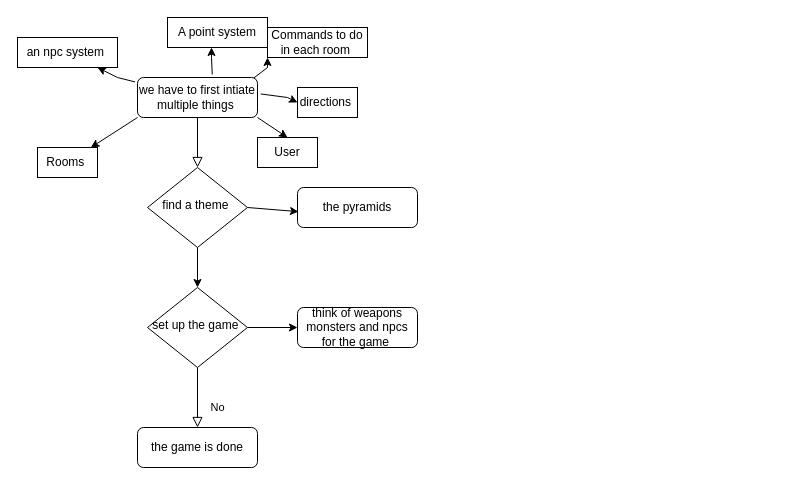
Above: Untitled Diagram.drawio in staten-island-tech/oop-adventures-abo-omar (draw.io), before the change. Source tidied: cells renumbered, new cells numbered last; positions are measured from the earlier drawing's top-left corner, leaving out a move shared by most shapes. Both pictures are drawn from the tidied source at 100%, with x=0, y=0 at pixel (17, 17).
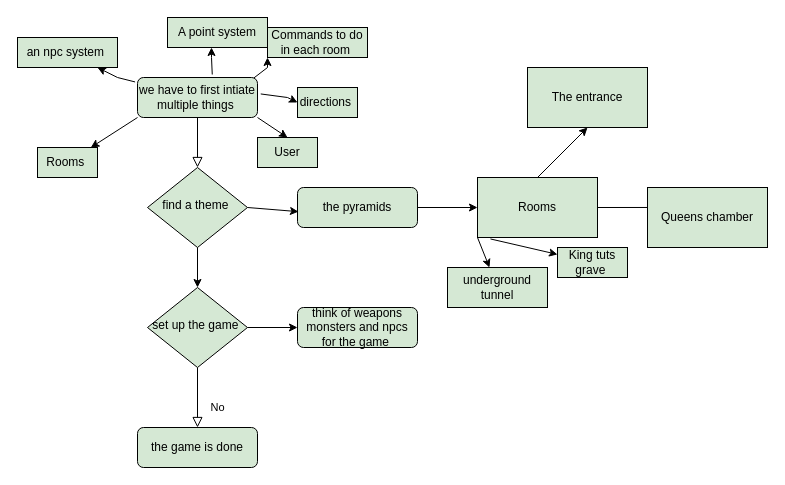
The same diagram, later.

What changed in the source:
```diff
@@
-    <mxCell id="2" style="rounded=0;html=1;jettySize=auto;fontSize=11;endArrow=block;endFill=0;endSize=8;strokeWidth=1;shadow=0;labelBackgroundColor=none;edgeStyle=orthogonalEdgeStyle;" parent="1" edge="1" source="3" target="4">
+    <mxCell id="2" style="rounded=0;html=1;jettySize=auto;fontSize=11;endArrow=block;endFill=0;endSize=8;strokeWidth=1;shadow=0;labelBackgroundColor=none;edgeStyle=orthogonalEdgeStyle;fillColor=#d5e8d4;strokeColor=#000000;" parent="1" edge="1" source="3" target="4">
       <mxGeometry relative="1" as="geometry" />
     </mxCell>
-    <mxCell id="3" value="we have to first intiate multiple things&amp;nbsp;" style="rounded=1;whiteSpace=wrap;html=1;fontSize=12;glass=0;strokeWidth=1;shadow=0;" parent="1" vertex="1">
+    <mxCell id="3" value="we have to first intiate multiple things&amp;nbsp;" style="rounded=1;whiteSpace=wrap;html=1;fontSize=12;glass=0;strokeWidth=1;shadow=0;fillColor=#d5e8d4;strokeColor=#000000;" parent="1" vertex="1">
       <mxGeometry x="120" y="60" width="120" height="40" as="geometry" />
     </mxCell>
-    <mxCell id="4" value="find a theme&amp;nbsp;" style="rhombus;whiteSpace=wrap;html=1;shadow=0;fontFamily=Helvetica;fontSize=12;align=center;strokeWidth=1;spacing=6;spacingTop=-4;" parent="1" vertex="1">
+    <mxCell id="4" value="find a theme&amp;nbsp;" style="rhombus;whiteSpace=wrap;html=1;shadow=0;fontFamily=Helvetica;fontSize=12;align=center;strokeWidth=1;spacing=6;spacingTop=-4;fillColor=#d5e8d4;strokeColor=#000000;" parent="1" vertex="1">
       <mxGeometry x="130" y="150" width="100" height="80" as="geometry" />
     </mxCell>
-    <mxCell id="5" value="the pyramids" style="rounded=1;whiteSpace=wrap;html=1;fontSize=12;glass=0;strokeWidth=1;shadow=0;" parent="1" vertex="1">
+    <mxCell id="5" value="the pyramids" style="rounded=1;whiteSpace=wrap;html=1;fontSize=12;glass=0;strokeWidth=1;shadow=0;fillColor=#d5e8d4;strokeColor=#000000;" parent="1" vertex="1">
       <mxGeometry x="280" y="170" width="120" height="40" as="geometry" />
     </mxCell>
-    <mxCell id="6" value="No" style="rounded=0;html=1;jettySize=auto;fontSize=11;endArrow=block;endFill=0;endSize=8;strokeWidth=1;shadow=0;labelBackgroundColor=none;edgeStyle=orthogonalEdgeStyle;" parent="1" edge="1" source="7" target="8">
+    <mxCell id="6" value="No" style="rounded=0;html=1;jettySize=auto;fontSize=11;endArrow=block;endFill=0;endSize=8;strokeWidth=1;shadow=0;labelBackgroundColor=none;edgeStyle=orthogonalEdgeStyle;fillColor=#d5e8d4;strokeColor=#000000;" parent="1" edge="1" source="7" target="8">
       <mxGeometry x="0.33" y="20" relative="1" as="geometry" />
     </mxCell>
-    <mxCell id="7" value="set up the game&amp;nbsp;" style="rhombus;whiteSpace=wrap;html=1;shadow=0;fontFamily=Helvetica;fontSize=12;align=center;strokeWidth=1;spacing=6;spacingTop=-4;" parent="1" vertex="1">
+    <mxCell id="7" value="set up the game&amp;nbsp;" style="rhombus;whiteSpace=wrap;html=1;shadow=0;fontFamily=Helvetica;fontSize=12;align=center;strokeWidth=1;spacing=6;spacingTop=-4;fillColor=#d5e8d4;strokeColor=#000000;" parent="1" vertex="1">
       <mxGeometry x="130" y="270" width="100" height="80" as="geometry" />
     </mxCell>
-    <mxCell id="8" value="the game is done" style="rounded=1;whiteSpace=wrap;html=1;fontSize=12;glass=0;strokeWidth=1;shadow=0;" parent="1" vertex="1">
+    <mxCell id="8" value="the game is done" style="rounded=1;whiteSpace=wrap;html=1;fontSize=12;glass=0;strokeWidth=1;shadow=0;fillColor=#d5e8d4;strokeColor=#000000;" parent="1" vertex="1">
       <mxGeometry x="120" y="410" width="120" height="40" as="geometry" />
     </mxCell>
-    <mxCell id="9" value="think of weapons monsters and npcs for the game&amp;nbsp;" style="rounded=1;whiteSpace=wrap;html=1;fontSize=12;glass=0;strokeWidth=1;shadow=0;" parent="1" vertex="1">
+    <mxCell id="9" value="think of weapons monsters and npcs for the game&amp;nbsp;" style="rounded=1;whiteSpace=wrap;html=1;fontSize=12;glass=0;strokeWidth=1;shadow=0;fillColor=#d5e8d4;strokeColor=#000000;" parent="1" vertex="1">
       <mxGeometry x="280" y="290" width="120" height="40" as="geometry" />
     </mxCell>
-    <mxCell id="10" style="endArrow=classic;html=1;rounded=0;exitX=0;exitY=1;exitDx=0;exitDy=0;" parent="1" edge="1" source="3" target="11">
+    <mxCell id="10" style="endArrow=classic;html=1;rounded=0;exitX=0;exitY=1;exitDx=0;exitDy=0;fillColor=#d5e8d4;strokeColor=#000000;" parent="1" edge="1" source="3" target="11">
       <mxGeometry relative="1" as="geometry" />
     </mxCell>
-    <mxCell id="11" value="Rooms&amp;nbsp;" style="rounded=0;whiteSpace=wrap;html=1;" parent="1" vertex="1">
+    <mxCell id="11" value="Rooms&amp;nbsp;" style="rounded=0;whiteSpace=wrap;html=1;fillColor=#d5e8d4;strokeColor=#000000;" parent="1" vertex="1">
       <mxGeometry x="20" y="130" width="60" height="30" as="geometry" />
     </mxCell>
-    <mxCell id="12" value="User" style="rounded=0;whiteSpace=wrap;html=1;" parent="1" vertex="1">
+    <mxCell id="12" value="User" style="rounded=0;whiteSpace=wrap;html=1;fillColor=#d5e8d4;strokeColor=#000000;" parent="1" vertex="1">
       <mxGeometry x="240" y="120" width="60" height="30" as="geometry" />
     </mxCell>
-    <mxCell id="13" style="endArrow=classic;html=1;rounded=0;exitX=0;exitY=1;exitDx=0;exitDy=0;entryX=0.5;entryY=0;entryDx=0;entryDy=0;" parent="1" edge="1" target="12">
+    <mxCell id="13" style="endArrow=classic;html=1;rounded=0;exitX=0;exitY=1;exitDx=0;exitDy=0;entryX=0.5;entryY=0;entryDx=0;entryDy=0;fillColor=#d5e8d4;strokeColor=#000000;" parent="1" edge="1" target="12">
       <mxGeometry relative="1" as="geometry">
         <mxPoint x="240" y="100" as="sourcePoint" />
       </mxGeometry>
     </mxCell>
-    <mxCell id="14" value="directions&amp;nbsp;" style="rounded=0;whiteSpace=wrap;html=1;" parent="1" vertex="1">
+    <mxCell id="14" value="directions&amp;nbsp;" style="rounded=0;whiteSpace=wrap;html=1;fillColor=#d5e8d4;strokeColor=#000000;" parent="1" vertex="1">
       <mxGeometry x="280" y="70" width="60" height="30" as="geometry" />
     </mxCell>
-    <mxCell id="15" style="endArrow=classic;html=1;rounded=0;exitX=1.027;exitY=0.411;exitDx=0;exitDy=0;entryX=0;entryY=0.5;entryDx=0;entryDy=0;exitPerimeter=0;" parent="1" edge="1" source="3" target="14">
+    <mxCell id="15" style="endArrow=classic;html=1;rounded=0;exitX=1.027;exitY=0.411;exitDx=0;exitDy=0;entryX=0;entryY=0.5;entryDx=0;entryDy=0;exitPerimeter=0;fillColor=#d5e8d4;strokeColor=#000000;" parent="1" edge="1" source="3" target="14">
       <mxGeometry relative="1" as="geometry">
         <Array as="points">
           <mxPoint x="270" y="80" />
         </Array>
       </mxGeometry>
     </mxCell>
-    <mxCell id="16" value="Commands to do in each room&amp;nbsp;" style="rounded=0;whiteSpace=wrap;html=1;" parent="1" vertex="1">
+    <mxCell id="16" value="Commands to do in each room&amp;nbsp;" style="rounded=0;whiteSpace=wrap;html=1;fillColor=#d5e8d4;strokeColor=#000000;" parent="1" vertex="1">
       <mxGeometry x="250" y="10" width="100" height="30" as="geometry" />
     </mxCell>
-    <mxCell id="17" style="endArrow=classic;html=1;rounded=0;exitX=0.97;exitY=0.011;exitDx=0;exitDy=0;entryX=0;entryY=1;entryDx=0;entryDy=0;exitPerimeter=0;" parent="1" edge="1" source="3" target="16">
+    <mxCell id="17" style="endArrow=classic;html=1;rounded=0;exitX=0.97;exitY=0.011;exitDx=0;exitDy=0;entryX=0;entryY=1;entryDx=0;entryDy=0;exitPerimeter=0;fillColor=#d5e8d4;strokeColor=#000000;" parent="1" edge="1" source="3" target="16">
       <mxGeometry relative="1" as="geometry">
         <Array as="points">
           <mxPoint x="250" y="50" />
         </Array>
       </mxGeometry>
     </mxCell>
-    <mxCell id="18" value="A point system" style="rounded=0;whiteSpace=wrap;html=1;" parent="1" vertex="1">
+    <mxCell id="18" value="A point system" style="rounded=0;whiteSpace=wrap;html=1;fillColor=#d5e8d4;strokeColor=#000000;" parent="1" vertex="1">
       <mxGeometry x="150" width="100" height="30" as="geometry" />
     </mxCell>
-    <mxCell id="19" style="endArrow=classic;html=1;rounded=0;exitX=0.623;exitY=-0.075;exitDx=0;exitDy=0;entryX=0;entryY=1;entryDx=0;entryDy=0;exitPerimeter=0;" parent="1" edge="1" source="3">
+    <mxCell id="19" style="endArrow=classic;html=1;rounded=0;exitX=0.623;exitY=-0.075;exitDx=0;exitDy=0;entryX=0;entryY=1;entryDx=0;entryDy=0;exitPerimeter=0;fillColor=#d5e8d4;strokeColor=#000000;" parent="1" edge="1" source="3">
       <mxGeometry relative="1" as="geometry">
         <mxPoint x="194" y="30" as="targetPoint" />
         <Array as="points">
           <mxPoint x="194" y="40" />
         </Array>
       </mxGeometry>
     </mxCell>
-    <mxCell id="20" value="an npc system&amp;nbsp;" style="rounded=0;whiteSpace=wrap;html=1;" parent="1" vertex="1">
+    <mxCell id="20" value="an npc system&amp;nbsp;" style="rounded=0;whiteSpace=wrap;html=1;fillColor=#d5e8d4;strokeColor=#000000;" parent="1" vertex="1">
       <mxGeometry y="20" width="100" height="30" as="geometry" />
     </mxCell>
-    <mxCell id="21" style="endArrow=classic;html=1;rounded=0;exitX=-0.02;exitY=0.111;exitDx=0;exitDy=0;exitPerimeter=0;" parent="1" edge="1" source="3" target="20">
+    <mxCell id="21" style="endArrow=classic;html=1;rounded=0;exitX=-0.02;exitY=0.111;exitDx=0;exitDy=0;exitPerimeter=0;fillColor=#d5e8d4;strokeColor=#000000;" parent="1" edge="1" source="3" target="20">
       <mxGeometry relative="1" as="geometry">
         <Array as="points">
           <mxPoint x="100" y="60" />
         </Array>
       </mxGeometry>
     </mxCell>
-    <mxCell id="22" style="endArrow=classic;html=1;rounded=0;exitX=1;exitY=0.5;exitDx=0;exitDy=0;entryX=0.008;entryY=0.604;entryDx=0;entryDy=0;entryPerimeter=0;" parent="1" edge="1" source="4" target="5">
+    <mxCell id="22" style="endArrow=classic;html=1;rounded=0;exitX=1;exitY=0.5;exitDx=0;exitDy=0;entryX=0.008;entryY=0.604;entryDx=0;entryDy=0;entryPerimeter=0;fillColor=#d5e8d4;strokeColor=#000000;" parent="1" edge="1" source="4" target="5">
       <mxGeometry relative="1" as="geometry" />
     </mxCell>
-    <mxCell id="23" style="endArrow=classic;html=1;rounded=0;exitX=0.5;exitY=1;exitDx=0;exitDy=0;entryX=0.5;entryY=0;entryDx=0;entryDy=0;" parent="1" edge="1" source="4" target="7">
+    <mxCell id="23" style="endArrow=classic;html=1;rounded=0;exitX=0.5;exitY=1;exitDx=0;exitDy=0;entryX=0.5;entryY=0;entryDx=0;entryDy=0;fillColor=#d5e8d4;strokeColor=#000000;" parent="1" edge="1" source="4" target="7">
       <mxGeometry relative="1" as="geometry" />
     </mxCell>
-    <mxCell id="24" style="endArrow=classic;html=1;rounded=0;exitX=1;exitY=0.5;exitDx=0;exitDy=0;" parent="1" edge="1" source="7" target="9">
+    <mxCell id="24" style="endArrow=classic;html=1;rounded=0;exitX=1;exitY=0.5;exitDx=0;exitDy=0;fillColor=#d5e8d4;strokeColor=#000000;" parent="1" edge="1" source="7" target="9">
       <mxGeometry relative="1" as="geometry" />
     </mxCell>
+    <mxCell id="25" style="endArrow=classic;html=1;rounded=0;exitX=0;exitY=1;exitDx=0;exitDy=0;fillColor=#d5e8d4;strokeColor=#000000;" parent="1" edge="1" source="29" target="26">
+      <mxGeometry relative="1" as="geometry" />
+    </mxCell>
+    <mxCell id="26" value="underground tunnel" style="rounded=0;whiteSpace=wrap;html=1;fillColor=#d5e8d4;strokeColor=#000000;" parent="1" vertex="1">
+      <mxGeometry x="430" y="250" width="100" height="40" as="geometry" />
+    </mxCell>
+    <mxCell id="27" style="endArrow=classic;html=1;rounded=0;exitX=1;exitY=0.5;exitDx=0;exitDy=0;fillColor=#d5e8d4;strokeColor=#000000;entryX=0;entryY=0.5;entryDx=0;entryDy=0;" parent="1" edge="1" source="5" target="29">
+      <mxGeometry relative="1" as="geometry" />
+    </mxCell>
+    <mxCell id="28" style="edgeStyle=orthogonalEdgeStyle;rounded=0;jettySize=auto;html=1;exitX=1;exitY=0.5;exitDx=0;exitDy=0;entryX=0.083;entryY=0.333;entryDx=0;entryDy=0;entryPerimeter=0;fillColor=#d5e8d4;strokeColor=#000000;" parent="1" edge="1" source="29" target="33">
+      <mxGeometry relative="1" as="geometry" />
+    </mxCell>
+    <mxCell id="29" value="Rooms" style="rounded=0;whiteSpace=wrap;html=1;fillColor=#d5e8d4;strokeColor=#000000;" parent="1" vertex="1">
+      <mxGeometry x="460" y="160" width="120" height="60" as="geometry" />
+    </mxCell>
+    <mxCell id="30" style="endArrow=classic;html=1;rounded=0;fillColor=#d5e8d4;strokeColor=#000000;" parent="1" edge="1">
+      <mxGeometry relative="1" as="geometry">
+        <mxPoint x="520" y="160" as="sourcePoint" />
+        <mxPoint x="570" y="110" as="targetPoint" />
+      </mxGeometry>
+    </mxCell>
+    <mxCell id="31" style="endArrow=classic;html=1;rounded=0;exitX=0.108;exitY=1.024;exitDx=0;exitDy=0;exitPerimeter=0;fillColor=#d5e8d4;strokeColor=#000000;" parent="1" edge="1" source="29" target="32">
+      <mxGeometry relative="1" as="geometry" />
+    </mxCell>
+    <mxCell id="32" value="King tuts grave&amp;nbsp;" style="rounded=0;whiteSpace=wrap;html=1;fillColor=#d5e8d4;strokeColor=#000000;" parent="1" vertex="1">
+      <mxGeometry x="540" y="230" width="70" height="30" as="geometry" />
+    </mxCell>
+    <mxCell id="33" value="Queens chamber" style="rounded=0;whiteSpace=wrap;html=1;fillColor=#d5e8d4;strokeColor=#000000;" parent="1" vertex="1">
+      <mxGeometry x="630" y="170" width="120" height="60" as="geometry" />
+    </mxCell>
+    <mxCell id="34" value="The entrance" style="rounded=0;whiteSpace=wrap;html=1;fillColor=#d5e8d4;strokeColor=#000000;" parent="1" vertex="1">
+      <mxGeometry x="510" y="50" width="120" height="60" as="geometry" />
+    </mxCell>
```
